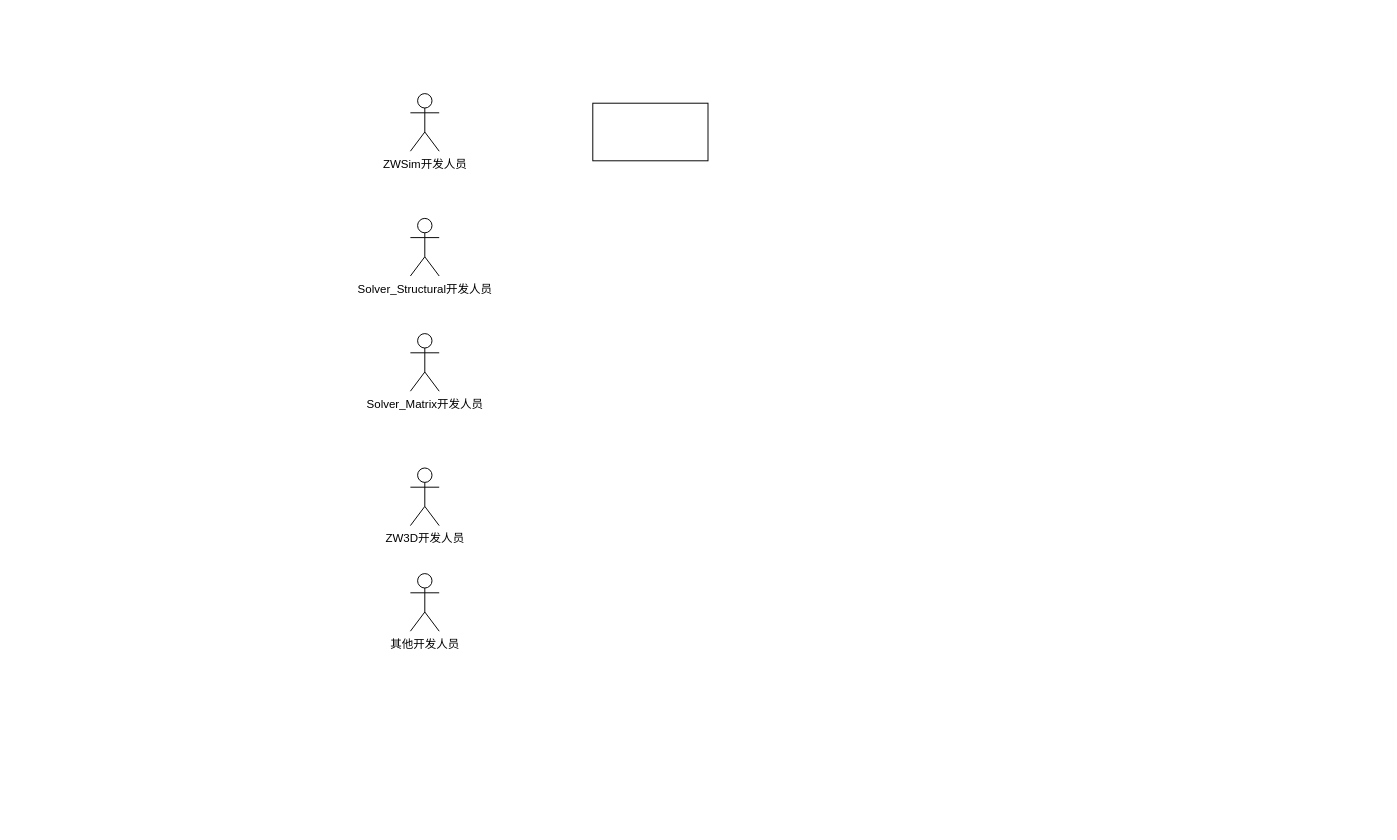
Earlier version of the draw.io diagram CAE_process.drawio (YingSi163/Effy). Source tidied: cells renumbered, new cells numbered last; positions are measured from the earlier drawing's top-left corner, leaving out a move shared by most shapes. Both pictures are drawn from the tidied source at 96%, with x=0, y=0 at pixel (410, 93).
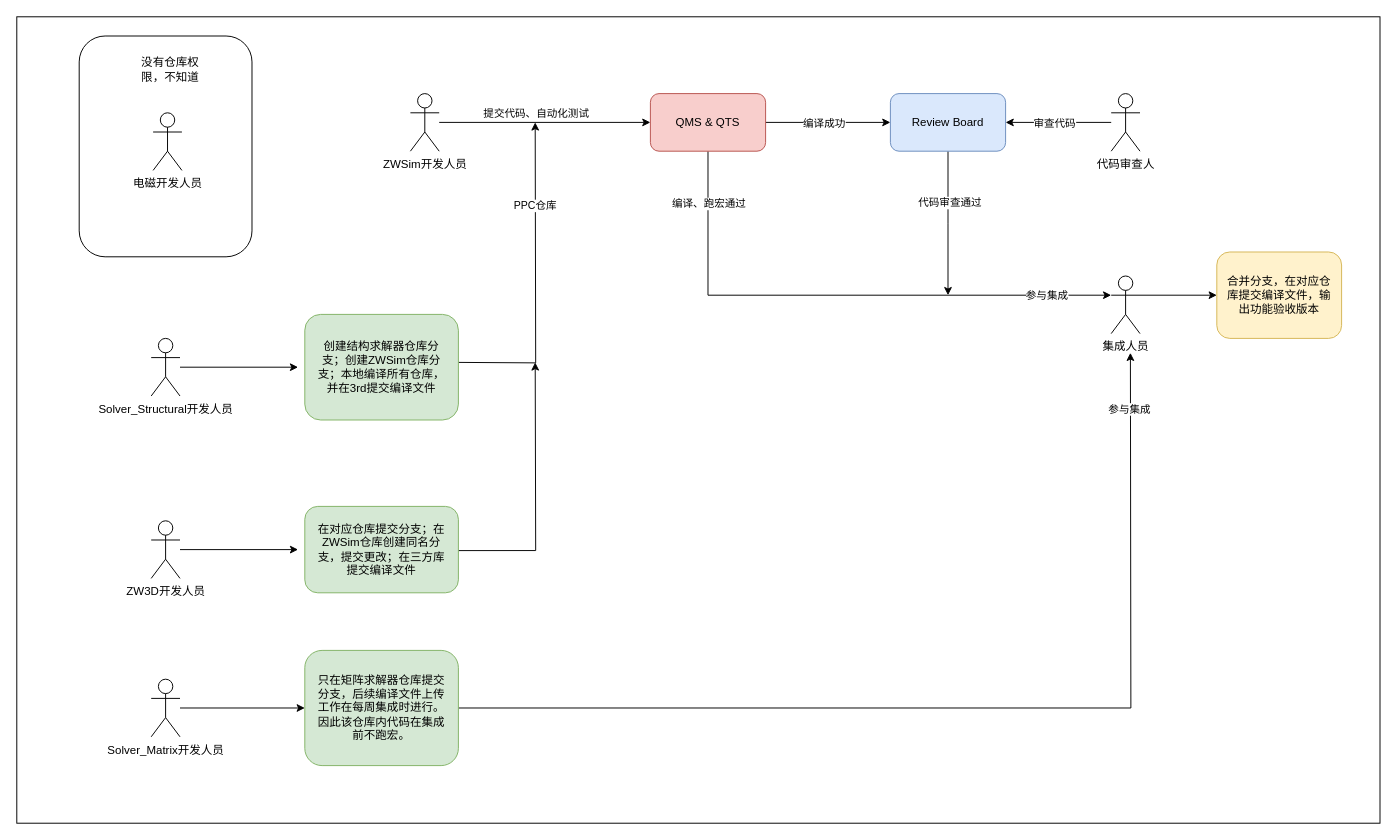
After the change.

The change refers to these unchanged cells:
```xml
<mxCell id="2" value="ZWSim开发人员" style="shape=umlActor;verticalLabelPosition=bottom;verticalAlign=top;html=1;outlineConnect=0;" parent="1" vertex="1">
  <mxGeometry width="30" height="60" as="geometry" />
</mxCell>
```

What changed in the source:
```diff
@@
+    <mxCell id="8" style="rounded=0;whiteSpace=wrap;html=1;" parent="1" vertex="1">
+      <mxGeometry x="-410" y="-80" width="1420" height="840" as="geometry" />
+    </mxCell>
+    <mxCell id="9" style="rounded=1;whiteSpace=wrap;html=1;" parent="1" vertex="1">
+      <mxGeometry x="-345" y="-60" width="180" height="230" as="geometry" />
+    </mxCell>
+    <mxCell id="10" style="edgeStyle=orthogonalEdgeStyle;rounded=0;jettySize=auto;html=1;entryX=0;entryY=0.5;entryDx=0;entryDy=0;" parent="1" edge="1" source="2" target="18">
+      <mxGeometry relative="1" as="geometry" />
+    </mxCell>
+    <mxCell id="11" value="提交代码、自动化测试" style="edgeLabel;html=1;align=center;verticalAlign=middle;" parent="10" vertex="1">
+      <mxGeometry x="0.28" y="2" relative="1" as="geometry">
+        <mxPoint x="-41" y="-8" as="offset" />
+      </mxGeometry>
+    </mxCell>
@@
-    <mxCell id="3" style="rounded=0;whiteSpace=wrap;html=1;" parent="1" vertex="1">
-      <mxGeometry x="190" y="10" width="120" height="60" as="geometry" />
-    </mxCell>
+    <mxCell id="12" style="edgeStyle=orthogonalEdgeStyle;rounded=0;jettySize=auto;html=1;entryX=0;entryY=0.5;entryDx=0;entryDy=0;" parent="1" edge="1" source="4" target="29">
+      <mxGeometry relative="1" as="geometry" />
+    </mxCell>
     <mxCell id="4" value="Solver_Structural开发人员" style="shape=umlActor;verticalLabelPosition=bottom;verticalAlign=top;html=1;outlineConnect=0;" parent="1" vertex="1">
-      <mxGeometry y="130" width="30" height="60" as="geometry" />
+      <mxGeometry x="-270" y="255" width="30" height="60" as="geometry" />
     </mxCell>
+    <mxCell id="13" style="edgeStyle=orthogonalEdgeStyle;rounded=0;jettySize=auto;html=1;entryX=0;entryY=0.5;entryDx=0;entryDy=0;" parent="1" edge="1" source="18" target="21">
+      <mxGeometry relative="1" as="geometry" />
+    </mxCell>
+    <mxCell id="14" value="编译成功" style="edgeLabel;html=1;align=center;verticalAlign=middle;" parent="13" vertex="1">
+      <mxGeometry x="-0.2" y="-2" relative="1" as="geometry">
+        <mxPoint x="8" y="-2" as="offset" />
+      </mxGeometry>
+    </mxCell>
+    <mxCell id="15" style="edgeStyle=orthogonalEdgeStyle;rounded=0;jettySize=auto;html=1;entryX=0;entryY=0.3333333333333333;entryDx=0;entryDy=0;entryPerimeter=0;" parent="1" edge="1" source="18" target="26">
+      <mxGeometry relative="1" as="geometry">
+        <Array as="points">
+          <mxPoint x="310" y="210" />
+        </Array>
+      </mxGeometry>
+    </mxCell>
+    <mxCell id="16" value="编译、跑宏通过" style="edgeLabel;html=1;align=center;verticalAlign=middle;" parent="15" vertex="1">
+      <mxGeometry x="-0.81" relative="1" as="geometry" />
+    </mxCell>
+    <mxCell id="17" value="参与集成" style="edgeLabel;html=1;align=center;verticalAlign=middle;" parent="15" vertex="1">
+      <mxGeometry x="0.76" y="1" relative="1" as="geometry" />
+    </mxCell>
+    <mxCell id="18" value="QMS &amp;amp; QTS" style="rounded=1;whiteSpace=wrap;html=1;fillColor=#f8cecc;strokeColor=#b85450;" parent="1" vertex="1">
+      <mxGeometry x="250" width="120" height="60" as="geometry" />
+    </mxCell>
+    <mxCell id="19" style="edgeStyle=orthogonalEdgeStyle;rounded=0;jettySize=auto;html=1;" parent="1" edge="1" source="21">
+      <mxGeometry relative="1" as="geometry">
+        <mxPoint x="560" y="210" as="targetPoint" />
+      </mxGeometry>
+    </mxCell>
+    <mxCell id="20" value="代码审查通过" style="edgeLabel;html=1;align=center;verticalAlign=middle;" parent="19" vertex="1">
+      <mxGeometry x="-0.29" y="1" relative="1" as="geometry" />
+    </mxCell>
+    <mxCell id="21" value="Review Board" style="rounded=1;whiteSpace=wrap;html=1;fillColor=#dae8fc;strokeColor=#6c8ebf;" parent="1" vertex="1">
+      <mxGeometry x="500" width="120" height="60" as="geometry" />
+    </mxCell>
+    <mxCell id="22" style="edgeStyle=orthogonalEdgeStyle;rounded=0;jettySize=auto;html=1;" parent="1" edge="1" source="24" target="21">
+      <mxGeometry relative="1" as="geometry" />
+    </mxCell>
+    <mxCell id="23" value="审查代码" style="edgeLabel;html=1;align=center;verticalAlign=middle;" parent="22" vertex="1">
+      <mxGeometry x="0.24" y="1" relative="1" as="geometry">
+        <mxPoint x="8" y="-1" as="offset" />
+      </mxGeometry>
+    </mxCell>
+    <mxCell id="24" value="代码审查人" style="shape=umlActor;verticalLabelPosition=bottom;verticalAlign=top;html=1;outlineConnect=0;" parent="1" vertex="1">
+      <mxGeometry x="730" width="30" height="60" as="geometry" />
+    </mxCell>
+    <mxCell id="25" style="edgeStyle=orthogonalEdgeStyle;rounded=0;jettySize=auto;html=1;entryX=0;entryY=0.5;entryDx=0;entryDy=0;exitX=1;exitY=0.3333333333333333;exitDx=0;exitDy=0;exitPerimeter=0;" parent="1" edge="1" source="26" target="39">
+      <mxGeometry relative="1" as="geometry" />
+    </mxCell>
+    <mxCell id="26" value="集成人员" style="shape=umlActor;verticalLabelPosition=bottom;verticalAlign=top;html=1;outlineConnect=0;" parent="1" vertex="1">
+      <mxGeometry x="730" y="190" width="30" height="60" as="geometry" />
+    </mxCell>
+    <mxCell id="27" style="edgeStyle=orthogonalEdgeStyle;rounded=0;orthogonalLoop=1;jettySize=auto;html=1;" parent="1" edge="1">
+      <mxGeometry relative="1" as="geometry">
+        <mxPoint x="50" y="280" as="sourcePoint" />
+        <mxPoint x="130" y="30" as="targetPoint" />
+      </mxGeometry>
+    </mxCell>
+    <mxCell id="28" value="PPC仓库" style="edgeLabel;html=1;align=center;verticalAlign=middle;" parent="27" vertex="1">
+      <mxGeometry x="0.48" y="1" relative="1" as="geometry" />
+    </mxCell>
+    <mxCell id="29" value="创建结构求解器仓库分支；创建ZWSim仓库分支；本地编译所有仓库，并在3rd提交编译文件" style="rounded=1;whiteSpace=wrap;html=1;perimeterSpacing=7;verticalAlign=middle;spacing=13;fillColor=#d5e8d4;strokeColor=#82b366;" parent="1" vertex="1">
+      <mxGeometry x="-110" y="230" width="160" height="110" as="geometry" />
+    </mxCell>
+    <mxCell id="30" style="edgeStyle=orthogonalEdgeStyle;rounded=0;jettySize=auto;html=1;entryX=0;entryY=0.5;entryDx=0;entryDy=0;" parent="1" edge="1" source="6" target="32">
+      <mxGeometry relative="1" as="geometry" />
+    </mxCell>
+    <mxCell id="6" value="ZW3D开发人员" style="shape=umlActor;verticalLabelPosition=bottom;verticalAlign=top;html=1;outlineConnect=0;" parent="1" vertex="1">
+      <mxGeometry x="-270" y="445" width="30" height="60" as="geometry" />
+    </mxCell>
+    <mxCell id="31" style="edgeStyle=orthogonalEdgeStyle;rounded=0;jettySize=auto;html=1;exitX=0.954;exitY=0.51;exitDx=0;exitDy=0;exitPerimeter=0;" parent="1" edge="1" source="32">
+      <mxGeometry relative="1" as="geometry">
+        <mxPoint x="130" y="280" as="targetPoint" />
+      </mxGeometry>
+    </mxCell>
+    <mxCell id="32" value="在对应仓库提交分支；在ZWSim仓库创建同名分支，提交更改；在三方库提交编译文件" style="rounded=1;whiteSpace=wrap;html=1;perimeterSpacing=7;spacing=13;fillColor=#d5e8d4;strokeColor=#82b366;" parent="1" vertex="1">
+      <mxGeometry x="-110" y="430" width="160" height="90" as="geometry" />
+    </mxCell>
+    <mxCell id="33" style="edgeStyle=orthogonalEdgeStyle;rounded=0;jettySize=auto;html=1;entryX=0;entryY=0.5;entryDx=0;entryDy=0;" parent="1" edge="1" source="5" target="36">
+      <mxGeometry relative="1" as="geometry" />
+    </mxCell>
     <mxCell id="5" value="Solver_Matrix开发人员" style="shape=umlActor;verticalLabelPosition=bottom;verticalAlign=top;html=1;outlineConnect=0;" parent="1" vertex="1">
-      <mxGeometry y="250" width="30" height="60" as="geometry" />
+      <mxGeometry x="-270" y="610" width="30" height="60" as="geometry" />
     </mxCell>
-    <mxCell id="6" value="ZW3D开发人员" style="shape=umlActor;verticalLabelPosition=bottom;verticalAlign=top;html=1;outlineConnect=0;" parent="1" vertex="1">
-      <mxGeometry y="390" width="30" height="60" as="geometry" />
-    </mxCell>
-    <mxCell id="7" value="其他开发人员" style="shape=umlActor;verticalLabelPosition=bottom;verticalAlign=top;html=1;" parent="1" vertex="1">
-      <mxGeometry y="500" width="30" height="60" as="geometry" />
-    </mxCell>
+    <mxCell id="34" style="edgeStyle=orthogonalEdgeStyle;rounded=0;jettySize=auto;html=1;" parent="1" edge="1" source="36">
+      <mxGeometry relative="1" as="geometry">
+        <mxPoint x="750" y="270" as="targetPoint" />
+      </mxGeometry>
+    </mxCell>
+    <mxCell id="35" value="参与集成" style="edgeLabel;html=1;align=center;verticalAlign=middle;" parent="34" vertex="1">
+      <mxGeometry x="0.89" y="2" relative="1" as="geometry" />
+    </mxCell>
+    <mxCell id="36" value="只在矩阵求解器仓库提交分支，后续编译文件上传工作在每周集成时进行。因此该仓库内代码在集成前不跑宏。" style="rounded=1;whiteSpace=wrap;html=1;spacing=13;fillColor=#d5e8d4;strokeColor=#82b366;" parent="1" vertex="1">
+      <mxGeometry x="-110" y="580" width="160" height="120" as="geometry" />
+    </mxCell>
+    <mxCell id="37" value="电磁开发人员" style="shape=umlActor;verticalLabelPosition=bottom;verticalAlign=top;html=1;" parent="1" vertex="1">
+      <mxGeometry x="-268" y="20" width="30" height="60" as="geometry" />
+    </mxCell>
+    <mxCell id="38" value="没有仓库权限，不知道" style="text;html=1;strokeColor=none;fillColor=none;align=center;verticalAlign=middle;whiteSpace=wrap;rounded=0;" parent="1" vertex="1">
+      <mxGeometry x="-285" y="-40" width="70" height="30" as="geometry" />
+    </mxCell>
+    <mxCell id="39" value="合并分支，在对应仓库提交编译文件，输出功能验收版本" style="rounded=1;whiteSpace=wrap;html=1;fillColor=#fff2cc;strokeColor=#d6b656;spacing=12;" parent="1" vertex="1">
+      <mxGeometry x="840" y="165" width="130" height="90" as="geometry" />
+    </mxCell>
```
